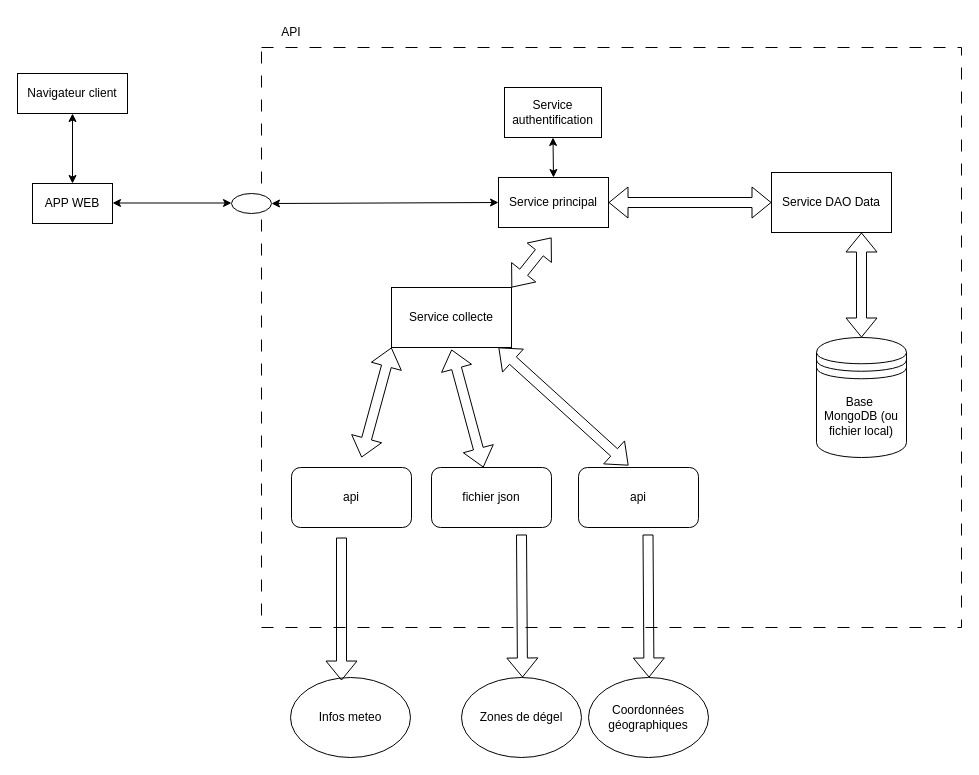
The draw.io diagram docs/architecture-solution-tp-C56-C57.drawio in Anas-alt-del/Info-Sinistre-Auto, before the edit. Source tidied: cells renumbered, new cells numbered last; positions are measured from the earlier drawing's top-left corner, leaving out a move shared by most shapes. Both pictures are drawn from the tidied source at 100%, with x=0, y=0 at pixel (17, 17).
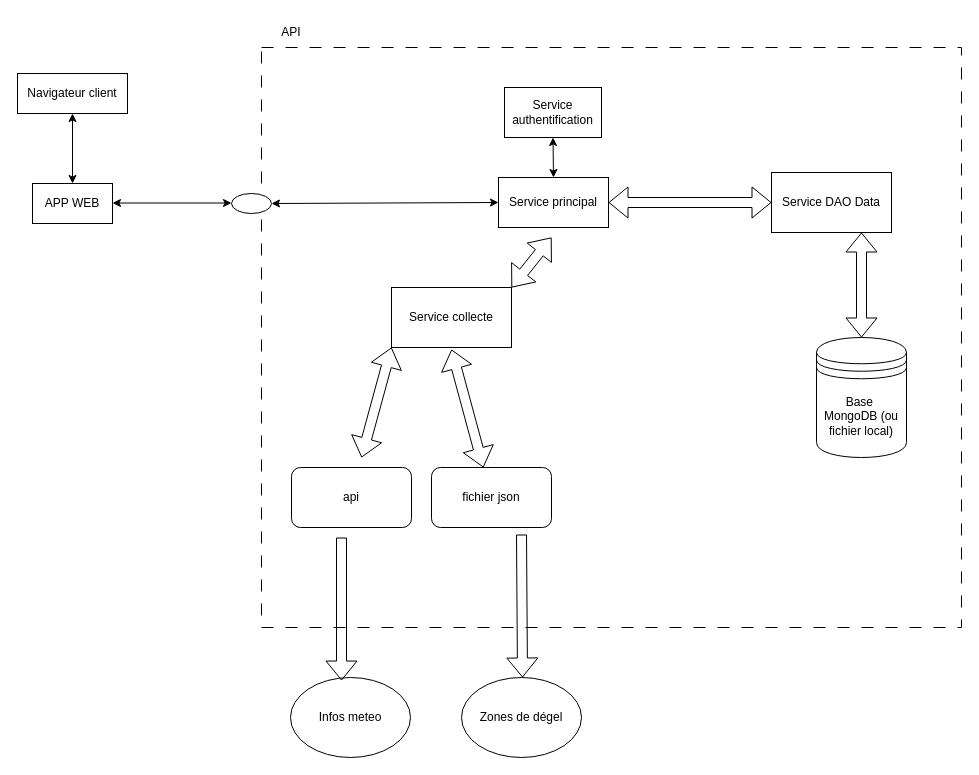
After the change.

Diff of the diagram source:
```diff
@@
-    <mxCell id="14" value="&lt;div&gt;api&lt;/div&gt;" style="rounded=1;whiteSpace=wrap;html=1;" parent="1" vertex="1">
-      <mxGeometry x="561" y="450" width="120" height="60" as="geometry" />
-    </mxCell>
@@
-    <mxCell id="17" value="Coordonnées géographiques" style="ellipse;whiteSpace=wrap;html=1;shapeInside=1;" parent="1" vertex="1">
-      <mxGeometry x="571" y="660" width="120" height="80" as="geometry" />
-    </mxCell>
@@
-    <mxCell id="20" style="shape=flexArrow;endArrow=classic;html=1;rounded=0;entryX=0.425;entryY=0.038;entryDx=0;entryDy=0;entryPerimeter=0;" parent="1" edge="1">
-      <mxGeometry relative="1" as="geometry">
-        <mxPoint x="630.5" y="517" as="sourcePoint" />
-        <mxPoint x="631.5" y="660" as="targetPoint" />
-      </mxGeometry>
-    </mxCell>
@@
-    <mxCell id="29" style="shape=flexArrow;endArrow=classic;startArrow=classic;html=1;rounded=0;exitX=0.417;exitY=-0.033;exitDx=0;exitDy=0;exitPerimeter=0;entryX=0.5;entryY=1;entryDx=0;entryDy=0;" parent="1" edge="1" source="14">
-      <mxGeometry relative="1" as="geometry">
-        <mxPoint x="481" y="330" as="targetPoint" />
-      </mxGeometry>
-    </mxCell>
```
